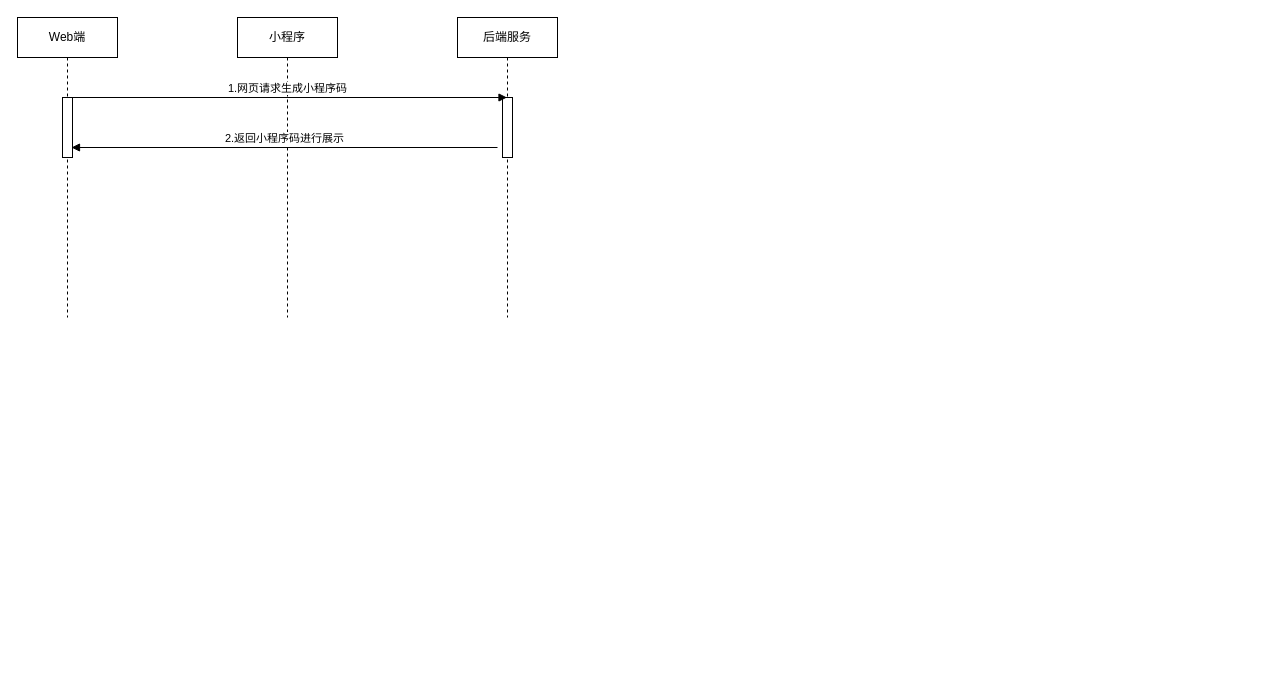
The draw.io diagram 小程序时序图.drawio in ty1972873004/diagram, before the edit. Source tidied: cells renumbered, new cells numbered last; positions are measured from the earlier drawing's top-left corner, leaving out a move shared by most shapes. Both pictures are drawn from the tidied source at 100%, with x=0, y=0 at pixel (17, 17).
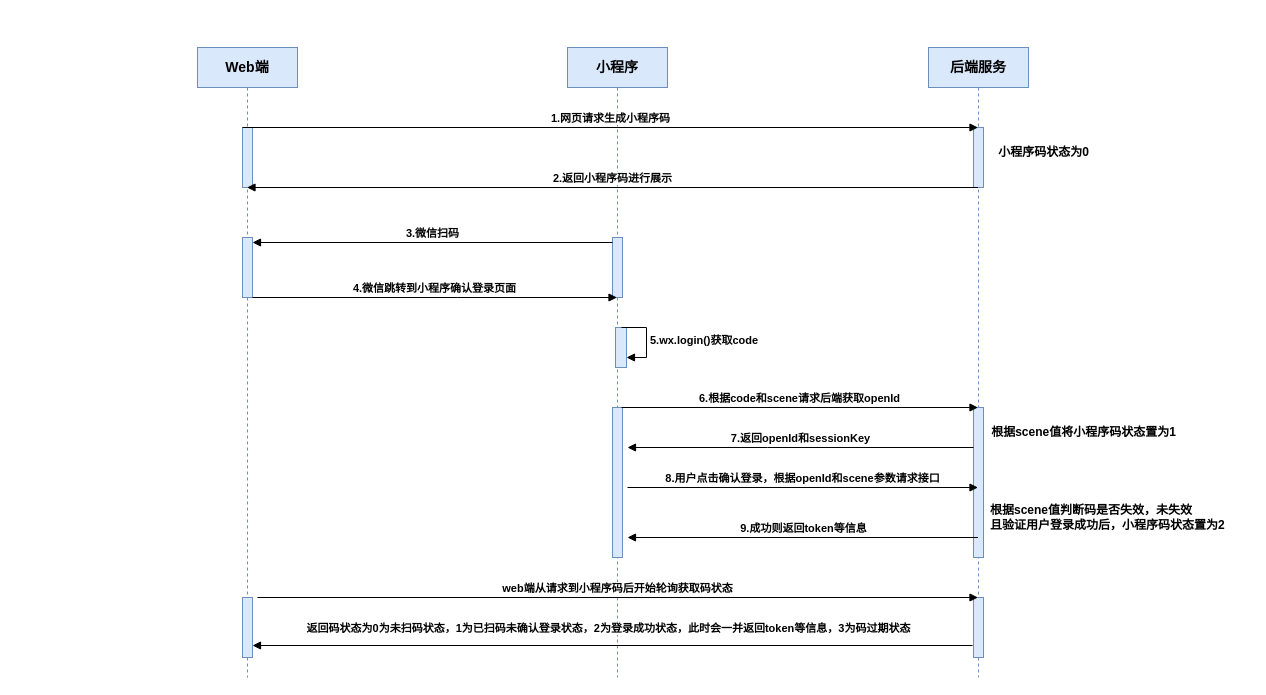
The same diagram, later.

Commit message (it also covers changes not shown here):
更新小程序时序图.drawio

What changed in the source:
```diff
@@
-    <mxCell id="2" value="Web端" style="shape=umlLifeline;perimeter=lifelinePerimeter;whiteSpace=wrap;html=1;newEdgeStyle={&quot;curved&quot;:0,&quot;rounded&quot;:0};" parent="1" vertex="1">
-      <mxGeometry width="100" height="300" as="geometry" />
+    <mxCell id="2" value="Web端" style="shape=umlLifeline;perimeter=lifelinePerimeter;whiteSpace=wrap;html=1;newEdgeStyle={&quot;curved&quot;:0,&quot;rounded&quot;:0};fillColor=#dae8fc;strokeColor=#6c8ebf;strokeWidth=1;fontStyle=1;fontSize=14;" parent="1" vertex="1">
+      <mxGeometry x="180" y="30" width="100" height="630" as="geometry" />
     </mxCell>
-    <mxCell id="3" style="html=1;perimeter=orthogonalPerimeter;targetShapes=umlLifeline;newEdgeStyle={&quot;curved&quot;:0,&quot;rounded&quot;:0};" parent="2" vertex="1">
+    <mxCell id="3" style="html=1;perimeter=orthogonalPerimeter;targetShapes=umlLifeline;newEdgeStyle={&quot;curved&quot;:0,&quot;rounded&quot;:0};fillColor=#dae8fc;strokeColor=#6c8ebf;" parent="2" vertex="1">
       <mxGeometry x="45" y="80" width="10" height="60" as="geometry" />
     </mxCell>
+    <mxCell id="9" style="html=1;points=[[0,0,0,0,5],[0,1,0,0,-5],[1,0,0,0,5],[1,1,0,0,-5]];perimeter=orthogonalPerimeter;outlineConnect=0;targetShapes=umlLifeline;portConstraint=eastwest;newEdgeStyle={&quot;curved&quot;:0,&quot;rounded&quot;:0};fillColor=#dae8fc;strokeColor=#6c8ebf;" parent="2" vertex="1">
+      <mxGeometry x="45" y="190" width="10" height="60" as="geometry" />
+    </mxCell>
+    <mxCell id="10" style="html=1;points=[[0,0,0,0,5],[0,1,0,0,-5],[1,0,0,0,5],[1,1,0,0,-5]];perimeter=orthogonalPerimeter;outlineConnect=0;targetShapes=umlLifeline;portConstraint=eastwest;newEdgeStyle={&quot;curved&quot;:0,&quot;rounded&quot;:0};fillColor=#dae8fc;strokeColor=#6c8ebf;" parent="2" vertex="1">
+      <mxGeometry x="45" y="550" width="10" height="60" as="geometry" />
+    </mxCell>
-    <mxCell id="4" value="小程序" style="shape=umlLifeline;perimeter=lifelinePerimeter;whiteSpace=wrap;html=1;outlineConnect=0;portConstraint=eastwest;newEdgeStyle={&quot;curved&quot;:0,&quot;rounded&quot;:0};" parent="1" vertex="1">
-      <mxGeometry x="220" width="100" height="300" as="geometry" />
+    <mxCell id="4" value="小程序" style="shape=umlLifeline;perimeter=lifelinePerimeter;whiteSpace=wrap;html=1;outlineConnect=0;portConstraint=eastwest;newEdgeStyle={&quot;curved&quot;:0,&quot;rounded&quot;:0};fillColor=#dae8fc;strokeColor=#6c8ebf;fontStyle=1;fontSize=14;" parent="1" vertex="1">
+      <mxGeometry x="550" y="30" width="100" height="630" as="geometry" />
     </mxCell>
+    <mxCell id="11" style="html=1;points=[[0,0,0,0,5],[0,1,0,0,-5],[1,0,0,0,5],[1,1,0,0,-5]];perimeter=orthogonalPerimeter;outlineConnect=0;targetShapes=umlLifeline;portConstraint=eastwest;newEdgeStyle={&quot;curved&quot;:0,&quot;rounded&quot;:0};fillColor=#dae8fc;strokeColor=#6c8ebf;" parent="4" vertex="1">
+      <mxGeometry x="45" y="190" width="10" height="60" as="geometry" />
+    </mxCell>
+    <mxCell id="12" style="html=1;perimeter=orthogonalPerimeter;targetShapes=umlLifeline;newEdgeStyle={&quot;curved&quot;:0,&quot;rounded&quot;:0};fillColor=#dae8fc;strokeColor=#6c8ebf;" parent="4" vertex="1">
+      <mxGeometry x="48" y="280" width="11" height="40" as="geometry" />
+    </mxCell>
+    <mxCell id="13" value="&lt;b&gt;5.wx.login()获取code&lt;/b&gt;" style="html=1;align=left;spacingLeft=2;endArrow=block;rounded=0;edgeStyle=orthogonalEdgeStyle;curved=0;rounded=0;" parent="4" edge="1">
+      <mxGeometry x="0.01" relative="1" as="geometry">
+        <mxPoint x="54" y="280" as="sourcePoint" />
+        <mxPoint x="59" y="310" as="targetPoint" />
+        <Array as="points">
+          <mxPoint x="79" y="280" />
+          <mxPoint x="79" y="310" />
+        </Array>
+      </mxGeometry>
+    </mxCell>
+    <mxCell id="14" style="html=1;perimeter=orthogonalPerimeter;targetShapes=umlLifeline;newEdgeStyle={&quot;curved&quot;:0,&quot;rounded&quot;:0};fillColor=#dae8fc;strokeColor=#6c8ebf;" parent="4" vertex="1">
+      <mxGeometry x="45" y="360" width="10" height="150" as="geometry" />
+    </mxCell>
-    <mxCell id="5" value="后端服务" style="shape=umlLifeline;perimeter=lifelinePerimeter;whiteSpace=wrap;html=1;outlineConnect=0;portConstraint=eastwest;newEdgeStyle={&quot;curved&quot;:0,&quot;rounded&quot;:0};" parent="1" vertex="1">
-      <mxGeometry x="440" width="100" height="300" as="geometry" />
+    <mxCell id="5" value="后端服务" style="shape=umlLifeline;perimeter=lifelinePerimeter;whiteSpace=wrap;html=1;outlineConnect=0;portConstraint=eastwest;newEdgeStyle={&quot;curved&quot;:0,&quot;rounded&quot;:0};fillColor=#dae8fc;strokeColor=#6c8ebf;fontStyle=1;fontSize=14;" parent="1" vertex="1">
+      <mxGeometry x="911" y="30" width="100" height="630" as="geometry" />
     </mxCell>
-    <mxCell id="6" style="html=1;perimeter=orthogonalPerimeter;targetShapes=umlLifeline;newEdgeStyle={&quot;curved&quot;:0,&quot;rounded&quot;:0};" parent="5" vertex="1">
+    <mxCell id="6" style="html=1;perimeter=orthogonalPerimeter;targetShapes=umlLifeline;newEdgeStyle={&quot;curved&quot;:0,&quot;rounded&quot;:0};fillColor=#dae8fc;strokeColor=#6c8ebf;" parent="5" vertex="1">
       <mxGeometry x="45" y="80" width="10" height="60" as="geometry" />
     </mxCell>
+    <mxCell id="15" style="html=1;points=[[0,0,0,0,5],[0,1,0,0,-5],[1,0,0,0,5],[1,1,0,0,-5]];perimeter=orthogonalPerimeter;outlineConnect=0;targetShapes=umlLifeline;portConstraint=eastwest;newEdgeStyle={&quot;curved&quot;:0,&quot;rounded&quot;:0};fillColor=#dae8fc;strokeColor=#6c8ebf;" parent="5" vertex="1">
+      <mxGeometry x="45" y="360" width="10" height="150" as="geometry" />
+    </mxCell>
+    <mxCell id="16" style="html=1;points=[[0,0,0,0,5],[0,1,0,0,-5],[1,0,0,0,5],[1,1,0,0,-5]];perimeter=orthogonalPerimeter;outlineConnect=0;targetShapes=umlLifeline;portConstraint=eastwest;newEdgeStyle={&quot;curved&quot;:0,&quot;rounded&quot;:0};fillColor=#dae8fc;strokeColor=#6c8ebf;" parent="5" vertex="1">
+      <mxGeometry x="45" y="550" width="10" height="60" as="geometry" />
+    </mxCell>
-    <mxCell id="7" value="1.网页请求生成小程序码" style="html=1;verticalAlign=bottom;endArrow=block;curved=0;rounded=0;" parent="1" edge="1" target="5">
+    <mxCell id="7" value="&lt;b&gt;1.网页请求生成小程序码&lt;/b&gt;" style="html=1;verticalAlign=bottom;endArrow=block;curved=0;rounded=0;exitX=0;exitY=0;exitDx=0;exitDy=5;exitPerimeter=0;" parent="1" edge="1" target="5">
       <mxGeometry relative="1" as="geometry">
-        <mxPoint x="50" y="80" as="sourcePoint" />
+        <mxPoint x="225" y="110" as="sourcePoint" />
       </mxGeometry>
     </mxCell>
-    <mxCell id="8" value="2.返回小程序码进行展示" style="html=1;verticalAlign=bottom;endArrow=block;curved=0;rounded=0;" parent="1" edge="1">
+    <mxCell id="8" value="&lt;b&gt;2.返回小程序码进行展示&lt;/b&gt;" style="html=1;verticalAlign=bottom;endArrow=block;curved=0;rounded=0;" parent="1" edge="1" source="5">
       <mxGeometry relative="1" as="geometry">
-        <mxPoint x="480" y="130" as="sourcePoint" />
-        <mxPoint x="54" y="130" as="targetPoint" />
+        <mxPoint x="229.5" y="170" as="targetPoint" />
       </mxGeometry>
     </mxCell>
+    <mxCell id="17" value="&lt;b&gt;3.微信扫码&lt;/b&gt;" style="html=1;verticalAlign=bottom;endArrow=block;rounded=0;exitX=0;exitY=0;exitDx=0;exitDy=5;exitPerimeter=0;" parent="1" edge="1" source="11" target="9">
+      <mxGeometry relative="1" as="geometry" />
+    </mxCell>
+    <mxCell id="18" value="&lt;b&gt;4.微信跳转到小程序确认登录页面&lt;/b&gt;" style="html=1;verticalAlign=bottom;endArrow=block;curved=0;rounded=0;" parent="1" edge="1" source="9" target="4">
+      <mxGeometry relative="1" as="geometry">
+        <Array as="points">
+          <mxPoint x="440" y="280" />
+        </Array>
+      </mxGeometry>
+    </mxCell>
+    <mxCell id="19" value="&lt;b&gt;6.根据code和scene请求后端获取openId&lt;/b&gt;" style="html=1;verticalAlign=bottom;endArrow=block;curved=0;rounded=0;" parent="1" edge="1" target="5">
+      <mxGeometry relative="1" as="geometry">
+        <mxPoint x="604" y="390" as="sourcePoint" />
+      </mxGeometry>
+    </mxCell>
+    <mxCell id="20" value="小程序码状态为0" style="text;html=1;align=center;verticalAlign=middle;strokeColor=none;fillColor=none;fontStyle=1;" parent="1" vertex="1">
+      <mxGeometry x="971" y="120" width="110" height="30" as="geometry" />
+    </mxCell>
+    <mxCell id="21" value="&lt;b&gt;根据scene值将小程序码状态置为1&lt;/b&gt;" style="text;html=1;align=center;verticalAlign=middle;strokeColor=none;fillColor=none;" parent="1" vertex="1">
+      <mxGeometry x="961" y="400" width="210" height="30" as="geometry" />
+    </mxCell>
+    <mxCell id="22" value="&lt;b&gt;7.返回openId和sessionKey&lt;/b&gt;" style="html=1;verticalAlign=bottom;endArrow=block;curved=0;rounded=0;" parent="1" edge="1" source="15">
+      <mxGeometry relative="1" as="geometry">
+        <mxPoint x="610" y="430" as="targetPoint" />
+        <Array as="points">
+          <mxPoint x="750" y="430" />
+        </Array>
+      </mxGeometry>
+    </mxCell>
+    <mxCell id="23" value="&lt;b&gt;8.用户点击确认登录，根据openId和scene参数请求接口&lt;/b&gt;" style="html=1;verticalAlign=bottom;endArrow=block;curved=0;rounded=0;" parent="1" edge="1" target="5">
+      <mxGeometry relative="1" as="geometry">
+        <mxPoint x="610" y="470" as="sourcePoint" />
+      </mxGeometry>
+    </mxCell>
+    <mxCell id="24" value="&lt;b&gt;9.成功则返回token等信息&lt;/b&gt;" style="html=1;verticalAlign=bottom;endArrow=block;curved=0;rounded=0;" parent="1" edge="1" source="5">
+      <mxGeometry relative="1" as="geometry">
+        <mxPoint x="610" y="520" as="targetPoint" />
+      </mxGeometry>
+    </mxCell>
+    <mxCell id="25" value="&lt;b&gt;根据scene值判断码是否失效，未失效&lt;br&gt;且验证用户登录成功后，小程序码状态置为2&lt;/b&gt;" style="text;html=1;align=left;verticalAlign=middle;strokeColor=none;fillColor=none;" parent="1" vertex="1">
+      <mxGeometry x="971" y="480" width="260" height="40" as="geometry" />
+    </mxCell>
+    <mxCell id="26" value="&lt;b&gt;web端从请求到小程序码后开始轮询获取码状态&lt;/b&gt;" style="html=1;verticalAlign=bottom;endArrow=block;curved=0;rounded=0;" parent="1" edge="1" target="5">
+      <mxGeometry relative="1" as="geometry">
+        <mxPoint x="240" y="580" as="sourcePoint" />
+      </mxGeometry>
+    </mxCell>
+    <mxCell id="27" value="&lt;b&gt;返回码状态为0为未扫码状态，1为已扫码未确认登录状态，2为登录成功状态，此时会一并返回token等信息，3为码过期状态&lt;/b&gt;" style="html=1;verticalAlign=bottom;endArrow=block;rounded=0;exitX=-0.1;exitY=0.8;exitDx=0;exitDy=0;exitPerimeter=0;" parent="1" edge="1" source="16" target="10">
+      <mxGeometry x="0.01" y="-8" relative="1" as="geometry" />
+    </mxCell>
```
